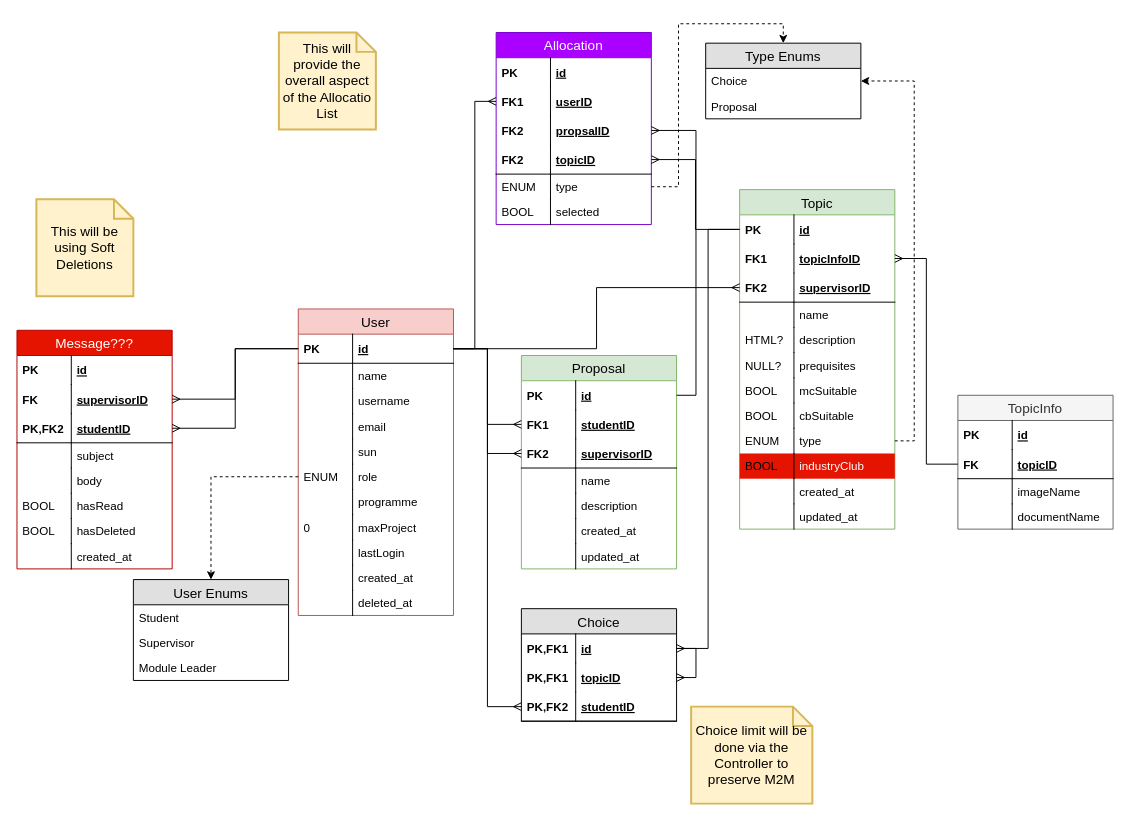
Earlier version of the draw.io diagram DB Diagram.drawio (kkgm13/fypallocsys). Source tidied: cells renumbered, new cells numbered last; positions are measured from the earlier drawing's top-left corner, leaving out a move shared by most shapes. Both pictures are drawn from the tidied source at 97%, with x=0, y=0 at pixel (16, 32).
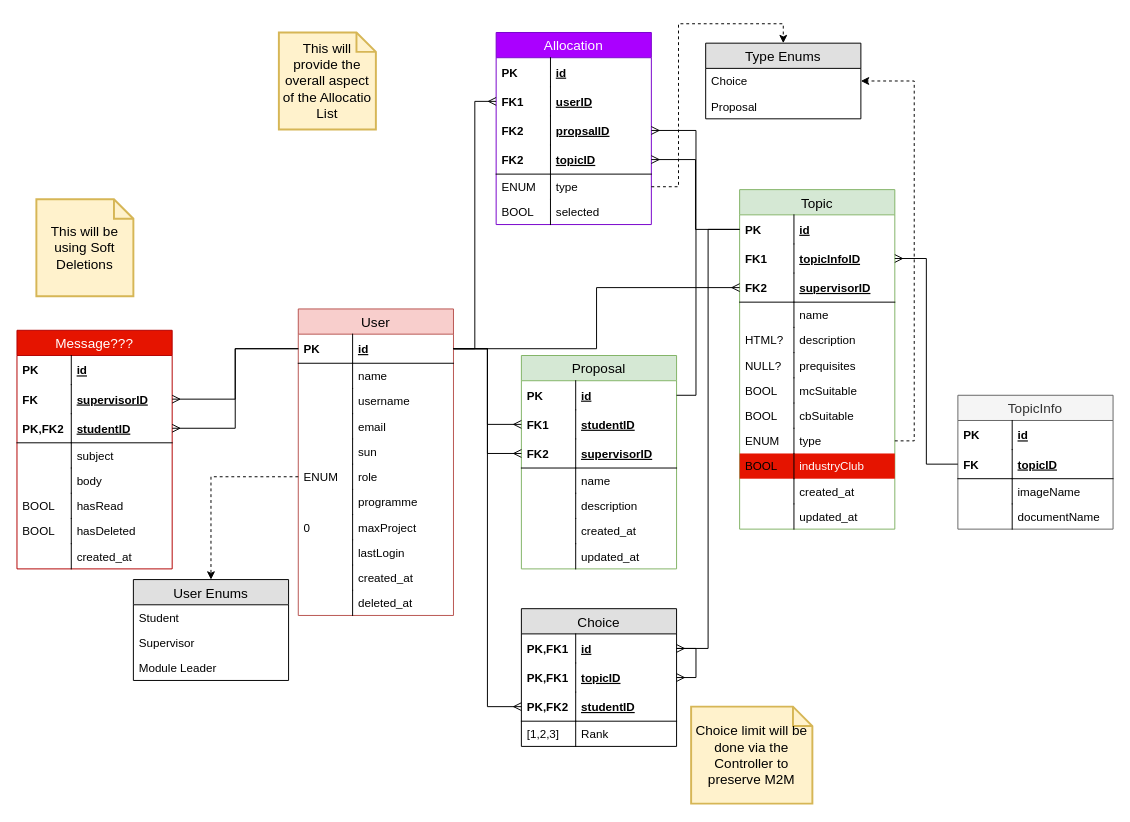
Above is the later version.

Change to the diagram source:
```diff
@@
     <mxCell id="125" value="Choice" style="swimlane;fontStyle=0;horizontal=1;startSize=26;fillColor=#e0e0e0;swimlaneFillColor=#ffffff;align=center;fontSize=14;" parent="1" vertex="1">
-      <mxGeometry x="520" y="594" width="160" height="116" as="geometry" />
+      <mxGeometry x="520" y="594" width="160" height="142" as="geometry" />
     </mxCell>
@@
+    <mxCell id="136" value="Rank" style="shape=partialRectangle;top=0;left=0;right=0;bottom=0;align=left;verticalAlign=top;fillColor=none;spacingLeft=60;spacingRight=4;overflow=hidden;fontSize=12;" parent="125" vertex="1">
+      <mxGeometry y="116" width="160" height="26" as="geometry" />
+    </mxCell>
+    <mxCell id="137" value="[1,2,3]" style="shape=partialRectangle;top=0;left=0;bottom=0;fillColor=none;align=left;verticalAlign=top;spacingLeft=4;spacingRight=4;overflow=hidden;fontSize=12;" parent="136" vertex="1">
+      <mxGeometry width="56" height="26" as="geometry" />
+    </mxCell>
```
